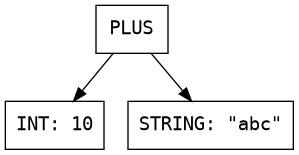
Before: ast.png, a diagram exported from Graphviz (L-Marcel/texty). Its source is kept beside it as ast.dot.
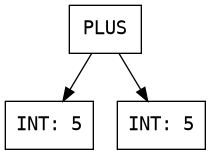
After the commit.

Diff of the diagram source:
```diff
@@ -1,8 +1,8 @@
 digraph AST {
   node [shape=box, fontname="Courier"];
-  "0x55556f48fdc0" [label="PLUS"];
-  "0x55556f48fdc0" -> "0x55556f48fd60";
-  "0x55556f48fd60" [label="INT: 10"];
-  "0x55556f48fdc0" -> "0x55556f48fd80";
-  "0x55556f48fd80" [label="STRING: \"abc\""];
+  "0x555590bcada0" [label="PLUS"];
+  "0x555590bcada0" -> "0x555590bcad60";
+  "0x555590bcad60" [label="INT: 5"];
+  "0x555590bcada0" -> "0x555590bcad80";
+  "0x555590bcad80" [label="INT: 5"];
 }
```
